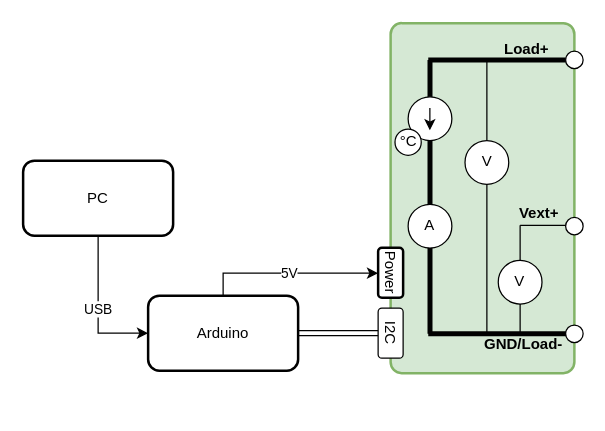
RedlabsDE/Digital-DC-Load keeps this draw.io diagram as page "Example Setup" (2 of 3) of documentation/CCS-block-diagram.drawio. Above is the earlier version. Source tidied: cells renumbered, new cells numbered last; positions are measured from the earlier drawing's top-left corner, leaving out a move shared by most shapes. Both pictures are drawn from the tidied source at 125%, with x=0, y=0 at pixel (22, 22).
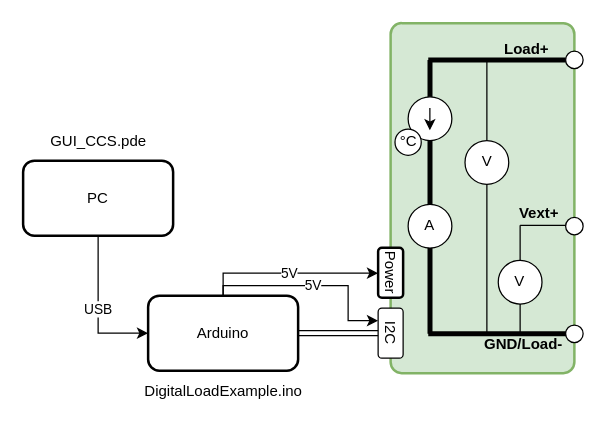
Above is the later version.

The change refers to these unchanged cells:
```xml
<mxCell id="30" value="I2C" style="rounded=1;whiteSpace=wrap;html=1;rotation=90;" parent="2" vertex="1">
  <mxGeometry x="-10" y="238" width="40" height="20" as="geometry" />
</mxCell>
<mxCell id="33" value="&lt;div&gt;Arduino&lt;/div&gt;" style="rounded=1;whiteSpace=wrap;html=1;strokeWidth=2;" parent="1" vertex="1">
  <mxGeometry x="100" y="218" width="120" height="60" as="geometry" />
</mxCell>
```

Diff of the diagram source:
```diff
@@
+    <mxCell id="36" value="DigitalLoadExample.ino" style="text;html=1;align=center;verticalAlign=middle;strokeColor=none;fillColor=none;" parent="1" vertex="1">
+      <mxGeometry x="85" y="280" width="150" height="30" as="geometry" />
+    </mxCell>
+    <mxCell id="37" value="GUI_CCS.pde" style="text;html=1;align=center;verticalAlign=middle;strokeColor=none;fillColor=none;" parent="1" vertex="1">
+      <mxGeometry x="10" y="80" width="100" height="30" as="geometry" />
+    </mxCell>
+    <mxCell id="38" value="5V" style="edgeStyle=orthogonalEdgeStyle;rounded=0;jettySize=auto;html=1;exitX=0.5;exitY=0;exitDx=0;exitDy=0;entryX=0.25;entryY=1;entryDx=0;entryDy=0;" parent="1" edge="1" source="33" target="30">
+      <mxGeometry relative="1" as="geometry">
+        <Array as="points">
+          <mxPoint x="160" y="210" />
+          <mxPoint x="260" y="210" />
+          <mxPoint x="260" y="238" />
+        </Array>
+      </mxGeometry>
+    </mxCell>
```
